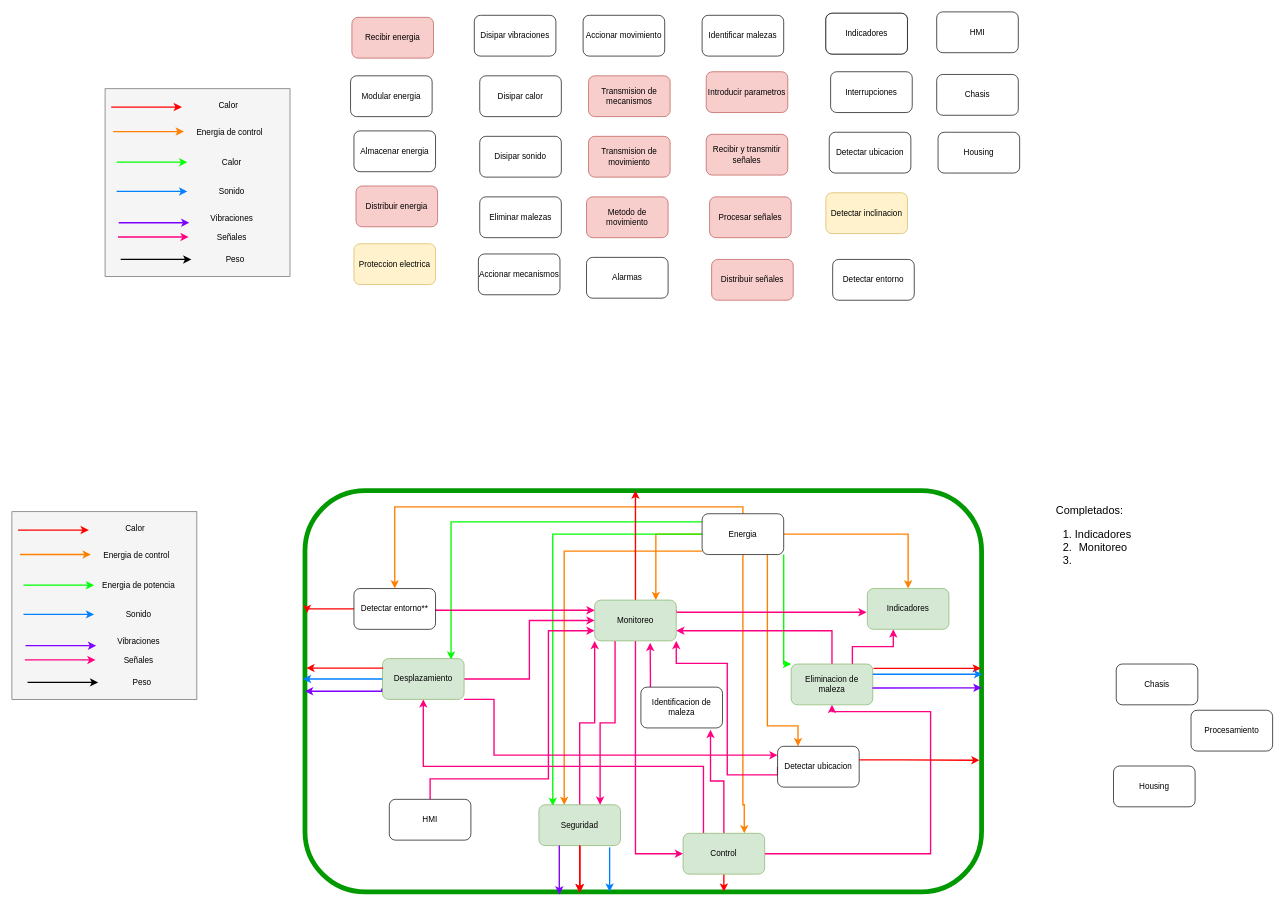
Above: page "Análisis de Interacciones" (2 of 3) of Diseño.drawio in Dartherick/DSM (draw.io), before the change. Source tidied: cells renumbered, new cells numbered last; positions are measured from the earlier drawing's top-left corner, leaving out a move shared by most shapes. Both pictures are drawn from the tidied source at 68%, with x=0, y=0 at pixel (12, 12).
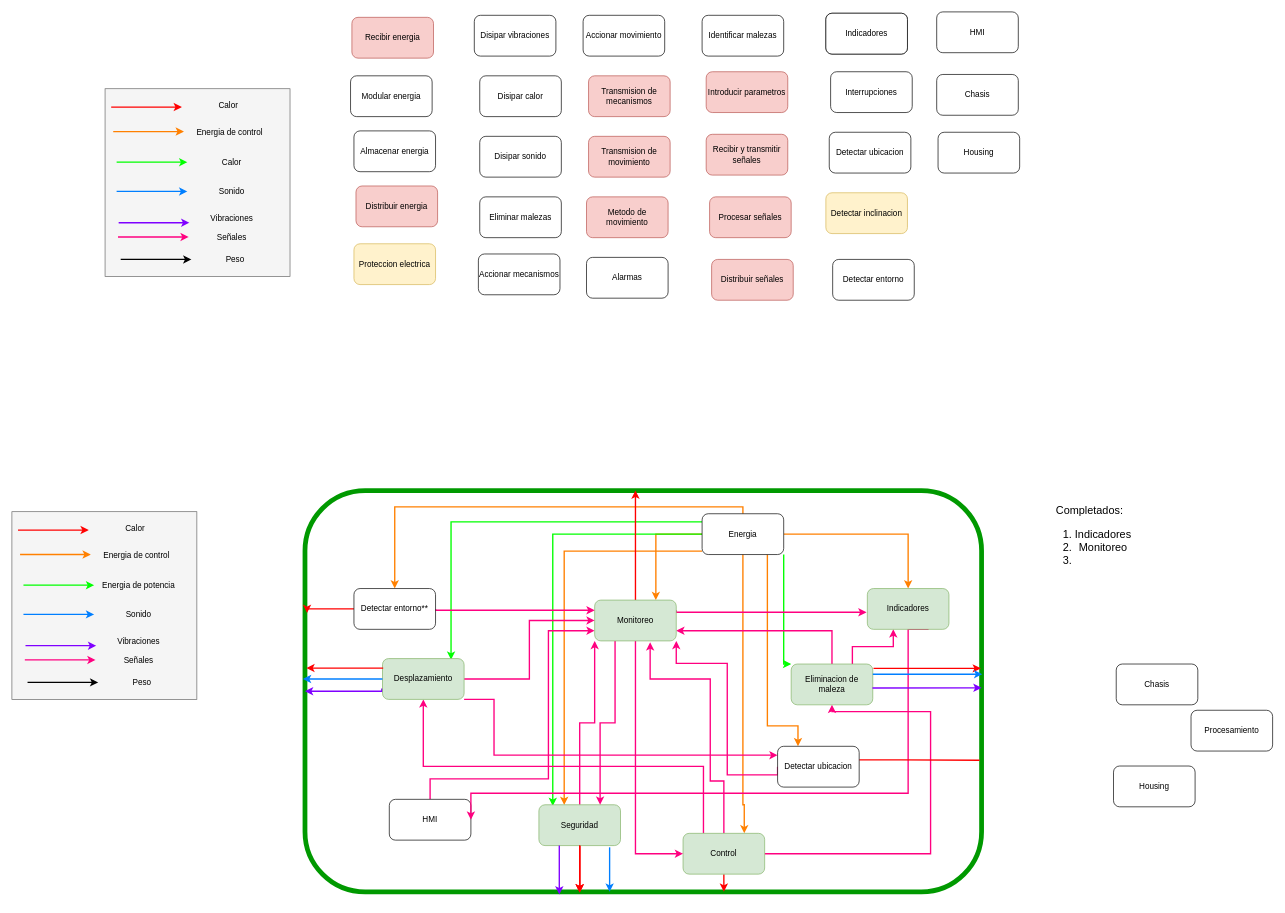
Above is the later version.

Unchanged cells that the change refers to:
```xml
<mxCell id="2" style="rounded=1;whiteSpace=wrap;html=1;strokeWidth=7;strokeColor=#009900;" parent="1" vertex="1">
  <mxGeometry x="431" y="704" width="995" height="590" as="geometry" />
</mxCell>
<mxCell id="73" value="HMI" style="rounded=1;whiteSpace=wrap;html=1;" parent="1" vertex="1">
  <mxGeometry x="555" y="1158" width="120" height="60" as="geometry" />
</mxCell>
<mxCell id="78" value="Control" style="rounded=1;whiteSpace=wrap;html=1;fillColor=#d5e8d4;strokeColor=#82b366;" parent="1" vertex="1">
  <mxGeometry x="987" y="1208" width="120" height="60" as="geometry" />
</mxCell>
<mxCell id="90" value="Monitoreo" style="rounded=1;whiteSpace=wrap;html=1;fillColor=#d5e8d4;strokeColor=#82b366;" parent="1" vertex="1">
  <mxGeometry x="857" y="865" width="120" height="60" as="geometry" />
</mxCell>
<mxCell id="97" value="Indicadores" style="rounded=1;whiteSpace=wrap;html=1;fillColor=#d5e8d4;strokeColor=#82b366;" parent="1" vertex="1">
  <mxGeometry x="1258" y="848" width="120" height="60" as="geometry" />
</mxCell>
<mxCell id="103" value="Detectar ubicacion" style="rounded=1;whiteSpace=wrap;html=1;" parent="1" vertex="1">
  <mxGeometry x="1126" y="1080" width="120" height="60" as="geometry" />
</mxCell>
```

Change to the diagram source:
```diff
@@
-    <mxCell id="74" style="edgeStyle=orthogonalEdgeStyle;rounded=0;jettySize=auto;html=1;exitX=0.5;exitY=0;exitDx=0;exitDy=0;entryX=0.853;entryY=1.047;entryDx=0;entryDy=0;strokeColor=#FF0080;strokeWidth=2;entryPerimeter=0;" parent="1" edge="1" source="78" target="99">
+    <mxCell id="74" style="edgeStyle=orthogonalEdgeStyle;rounded=0;jettySize=auto;html=1;exitX=0.5;exitY=0;exitDx=0;exitDy=0;entryX=0.68;entryY=1.033;entryDx=0;entryDy=0;strokeColor=#FF0080;strokeWidth=2;entryPerimeter=0;" parent="1" edge="1" source="78" target="90">
       <mxGeometry relative="1" as="geometry">
         <Array as="points">
           <mxPoint x="1047" y="1131" />
           <mxPoint x="1027" y="1131" />
+          <mxPoint x="1027" y="981" />
+          <mxPoint x="939" y="981" />
         </Array>
       </mxGeometry>
     </mxCell>
@@
+    <mxCell id="116" style="edgeStyle=orthogonalEdgeStyle;rounded=0;jettySize=auto;html=1;exitX=0.75;exitY=1;exitDx=0;exitDy=0;entryX=1;entryY=0.5;entryDx=0;entryDy=0;fontSize=11;startArrow=none;endArrow=classic;strokeColor=#FF0080;strokeWidth=2;" parent="1" edge="1" source="97" target="73">
+      <mxGeometry relative="1" as="geometry">
+        <Array as="points">
+          <mxPoint x="1318" y="908" />
+          <mxPoint x="1318" y="1149" />
+          <mxPoint x="675" y="1149" />
+        </Array>
+      </mxGeometry>
+    </mxCell>
@@
-    <mxCell id="98" style="edgeStyle=orthogonalEdgeStyle;rounded=0;jettySize=auto;html=1;entryX=0.68;entryY=1.047;entryDx=0;entryDy=0;entryPerimeter=0;fontSize=11;strokeColor=#FF0080;strokeWidth=2;" parent="1" edge="1" source="99" target="90">
-      <mxGeometry relative="1" as="geometry">
-        <Array as="points">
-          <mxPoint x="939" y="976" />
-          <mxPoint x="939" y="976" />
-        </Array>
-      </mxGeometry>
-    </mxCell>
-    <mxCell id="99" value="Identificacion de maleza" style="rounded=1;whiteSpace=wrap;html=1;" parent="1" vertex="1">
-      <mxGeometry x="925" y="993" width="120" height="60" as="geometry" />
-    </mxCell>
@@
-    <mxCell id="102" style="edgeStyle=orthogonalEdgeStyle;rounded=0;jettySize=auto;html=1;entryX=0.997;entryY=0.672;entryDx=0;entryDy=0;entryPerimeter=0;fontSize=11;startArrow=none;startFill=0;endArrow=classic;endFill=1;strokeColor=#FF0000;strokeWidth=2;" parent="1" edge="1" source="103" target="2">
+    <mxCell id="102" style="edgeStyle=orthogonalEdgeStyle;rounded=0;jettySize=auto;html=1;entryX=0.997;entryY=0.672;entryDx=0;entryDy=0;entryPerimeter=0;fontSize=11;startArrow=none;startFill=0;endArrow=none;endFill=0;strokeColor=#FF0000;strokeWidth=2;" parent="1" edge="1" source="103" target="2">
       <mxGeometry relative="1" as="geometry">
         <Array as="points">
           <mxPoint x="1308" y="1100" />
           <mxPoint x="1308" y="1100" />
         </Array>
       </mxGeometry>
     </mxCell>
```
